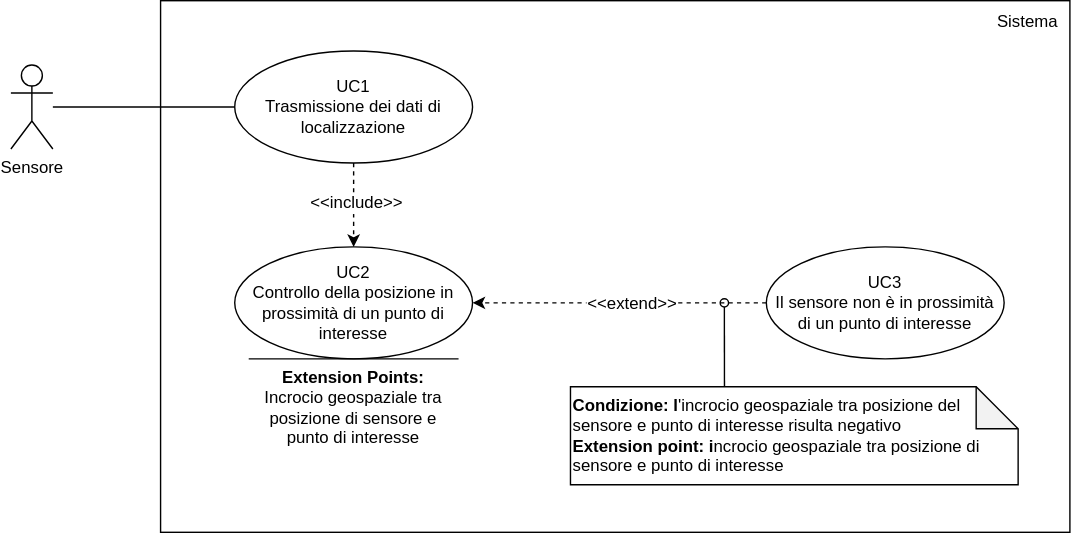
This is assets/use_cases/UC1-2-3.svg from SWEatUNIPD/docs, a draw.io export, as it was before one commit. Source tidied: cells renumbered, new cells last; positions are measured from the earlier drawing's top-left corner, leaving out a move shared by most shapes.
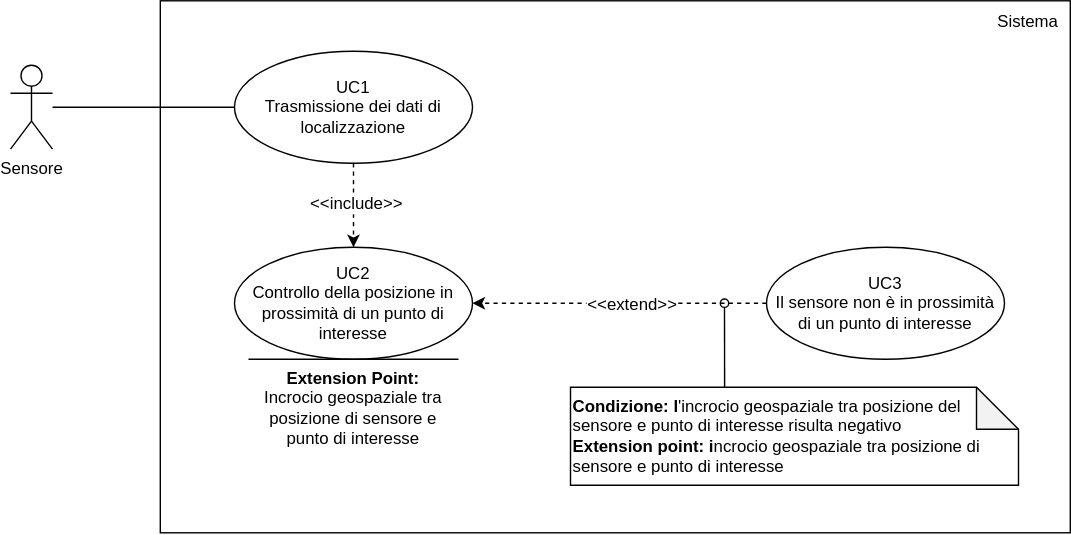
The same file after the commit.

The edit, as a diff of the source:
```diff
@@ -2,9 +2,9 @@
   <root>
     <mxCell id="0" />
     <mxCell id="1" parent="0" />
-    <mxCell id="2" style="rounded=0;whiteSpace=wrap;html=1;" parent="1" vertex="1">
-      <mxGeometry x="107" width="650" height="380" as="geometry" />
-    </mxCell>
+    <mxCell id="17" style="rounded=0;whiteSpace=wrap;html=1;" parent="1" vertex="1">
+      <mxGeometry x="107" width="650" height="380" as="geometry" />
+    </mxCell>
     <mxCell id="3" style="rounded=0;jettySize=auto;html=1;endArrow=none;endFill=0;edgeStyle=orthogonalEdgeStyle;entryX=0;entryY=0.5;entryDx=0;entryDy=0;" parent="1" edge="1" source="4" target="8">
       <mxGeometry relative="1" as="geometry" />
     </mxCell>
@@ -37,22 +37,22 @@
     <mxCell id="12" value="UC3&lt;br&gt;Il sensore non è in prossimità di un punto di interesse" style="ellipse;whiteSpace=wrap;html=1;" parent="1" vertex="1">
       <mxGeometry x="540" y="176" width="170" height="80" as="geometry" />
     </mxCell>
-    <mxCell id="13" value="&lt;b&gt;Extension Points:&lt;/b&gt;&lt;div&gt;Incrocio geospaziale tra posizione di sensore e punto di interesse&lt;/div&gt;" style="text;html=1;align=center;verticalAlign=middle;whiteSpace=wrap;rounded=0;" parent="1" vertex="1">
-      <mxGeometry x="170" y="266" width="150" height="50" as="geometry" />
-    </mxCell>
-    <mxCell id="14" style="endArrow=none;html=1;rounded=0;" parent="1" edge="1">
-      <mxGeometry relative="1" as="geometry">
-        <mxPoint x="170" y="256" as="sourcePoint" />
-        <mxPoint x="320" y="256" as="targetPoint" />
-      </mxGeometry>
-    </mxCell>
+    <mxCell id="18" value="&lt;b&gt;Extension Point:&lt;/b&gt;&lt;div&gt;Incrocio geospaziale tra posizione di sensore e punto di interesse&lt;/div&gt;" style="text;html=1;align=center;verticalAlign=middle;whiteSpace=wrap;rounded=0;" parent="1" vertex="1">
+      <mxGeometry x="170" y="266" width="150" height="50" as="geometry" />
+    </mxCell>
+    <mxCell id="19" style="endArrow=none;html=1;rounded=0;" parent="1" edge="1">
+      <mxGeometry relative="1" as="geometry">
+        <mxPoint x="170" y="256" as="sourcePoint" />
+        <mxPoint x="320" y="256" as="targetPoint" />
+      </mxGeometry>
+    </mxCell>
     <mxCell id="15" value="&lt;b&gt;Condizione: l&lt;/b&gt;'incrocio geospaziale tra posizione del sensore e punto di interesse risulta negativo&lt;div&gt;&lt;div&gt;&lt;b&gt;Extension point: i&lt;/b&gt;&lt;span style=&quot;text-align: center; background-color: initial;&quot;&gt;ncrocio geospaziale tra posizione di sensore e punto di interesse&lt;/span&gt;&lt;/div&gt;&lt;/div&gt;" style="shape=note;whiteSpace=wrap;html=1;backgroundOutline=1;darkOpacity=0.05;align=left;" parent="1" vertex="1">
       <mxGeometry x="400" y="276" width="320" height="70" as="geometry" />
     </mxCell>
-    <mxCell id="16" style="endArrow=oval;html=1;rounded=0;exitX=0.344;exitY=-0.002;exitDx=0;exitDy=0;exitPerimeter=0;startArrow=none;startFill=0;endFill=0;" parent="1" edge="1" source="15">
-      <mxGeometry relative="1" as="geometry">
-        <mxPoint x="510" y="216" as="targetPoint" />
-      </mxGeometry>
-    </mxCell>
+    <mxCell id="20" style="endArrow=oval;html=1;rounded=0;exitX=0.344;exitY=-0.002;exitDx=0;exitDy=0;exitPerimeter=0;startArrow=none;startFill=0;endFill=0;" parent="1" edge="1" source="15">
+      <mxGeometry relative="1" as="geometry">
+        <mxPoint x="510" y="216" as="targetPoint" />
+      </mxGeometry>
+    </mxCell>
   </root>
 </mxGraphModel>
```
